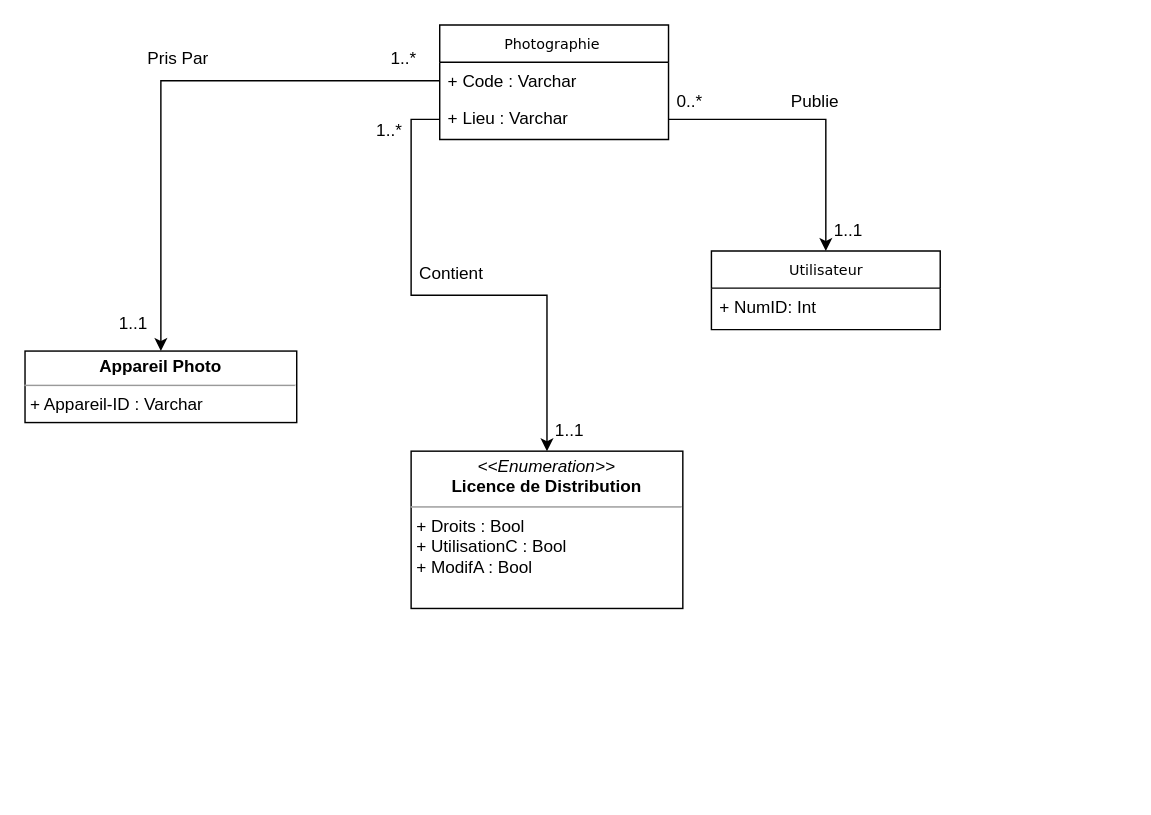
Earlier version of the draw.io diagram Untitled Diagram.drawio (JoshVeydarier/test-). Source tidied: cells renumbered, new cells numbered last; positions are measured from the earlier drawing's top-left corner, leaving out a move shared by most shapes. Both pictures are drawn from the tidied source at 143%, with x=0, y=0 at pixel (24, 24).
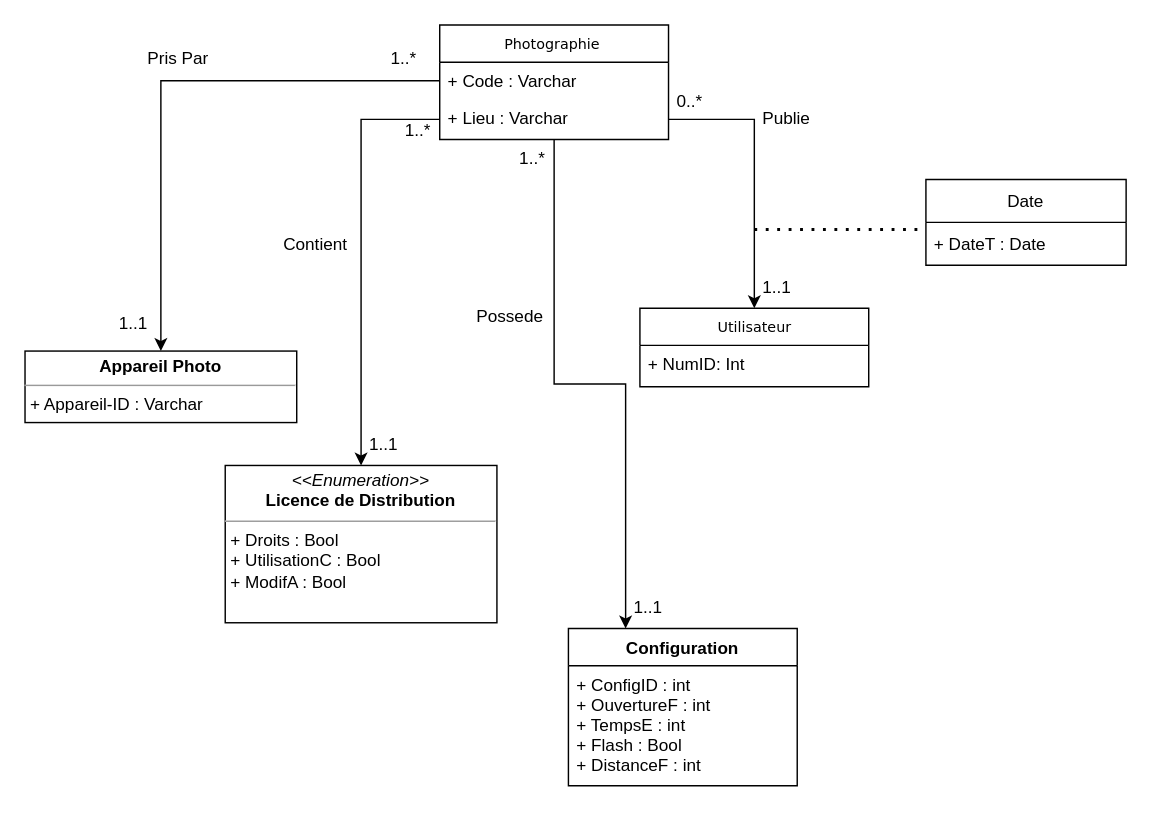
After the change.

The change refers to these unchanged cells:
```xml
<mxCell id="2" value="Photographie&amp;nbsp;" style="swimlane;html=1;fontStyle=0;horizontal=1;startSize=26;fillColor=none;swimlaneFillColor=#ffffff;rounded=0;shadow=0;comic=0;labelBackgroundColor=none;strokeWidth=1;fontFamily=Verdana;fontSize=10;align=center;" parent="1" vertex="1">
  <mxGeometry x="290" width="160" height="80" as="geometry" />
</mxCell>
<mxCell id="4" value="+ Lieu : Varchar" style="text;html=1;strokeColor=none;fillColor=none;align=left;verticalAlign=top;spacingLeft=4;spacingRight=4;whiteSpace=wrap;overflow=hidden;points=[[0,0.5],[1,0.5]];portConstraint=eastwest;" parent="2" vertex="1">
  <mxGeometry y="52" width="160" height="28" as="geometry" />
</mxCell>
```

The edit, as a diff of the source:
```diff
@@
+    <mxCell id="21" style="edgeStyle=orthogonalEdgeStyle;rounded=0;jettySize=auto;html=1;entryX=0.25;entryY=0;entryDx=0;entryDy=0;" parent="1" edge="1" source="2" target="25">
+      <mxGeometry relative="1" as="geometry" />
+    </mxCell>
@@
     <mxCell id="5" value="Utilisateur" style="swimlane;html=1;fontStyle=0;horizontal=1;startSize=26;fillColor=none;swimlaneFillColor=#ffffff;rounded=0;shadow=0;comic=0;labelBackgroundColor=none;strokeWidth=1;fontFamily=Verdana;fontSize=10;align=center;" parent="1" vertex="1">
-      <mxGeometry x="480" y="158" width="160" height="55" as="geometry" />
+      <mxGeometry x="430" y="198" width="160" height="55" as="geometry" />
     </mxCell>
@@
     <mxCell id="7" value="&lt;p style=&quot;margin:0px;margin-top:4px;text-align:center;&quot;&gt;&lt;i&gt;&amp;lt;&amp;lt;Enumeration&amp;gt;&amp;gt;&lt;/i&gt;&lt;br&gt;&lt;b&gt;Licence de Distribution&lt;/b&gt;&lt;/p&gt;&lt;hr size=&quot;1&quot;&gt;&lt;p style=&quot;margin:0px;margin-left:4px;&quot;&gt;+ Droits : Bool&lt;/p&gt;&lt;p style=&quot;margin:0px;margin-left:4px;&quot;&gt;+ UtilisationC : Bool&lt;/p&gt;&lt;p style=&quot;margin:0px;margin-left:4px;&quot;&gt;+ ModifA : Bool&lt;/p&gt;&lt;p style=&quot;margin:0px;margin-left:4px;&quot;&gt;&lt;br&gt;&lt;/p&gt;" style="verticalAlign=top;align=left;overflow=fill;fontSize=12;fontFamily=Helvetica;html=1;rounded=0;shadow=0;comic=0;labelBackgroundColor=none;strokeWidth=1;" parent="1" vertex="1">
-      <mxGeometry x="270" y="298" width="190" height="110" as="geometry" />
+      <mxGeometry x="140" y="308" width="190" height="110" as="geometry" />
     </mxCell>
@@
     <mxCell id="11" style="edgeStyle=orthogonalEdgeStyle;rounded=0;jettySize=auto;html=1;entryX=0.5;entryY=0;entryDx=0;entryDy=0;" parent="1" edge="1" source="4" target="5">
-      <mxGeometry relative="1" as="geometry" />
+      <mxGeometry relative="1" as="geometry">
+        <Array as="points">
+          <mxPoint x="510" y="66" />
+        </Array>
+      </mxGeometry>
     </mxCell>
     <mxCell id="12" value="1..1" style="text;strokeColor=none;fillColor=none;align=left;verticalAlign=middle;spacingLeft=4;spacingRight=4;overflow=hidden;" parent="1" vertex="1">
-      <mxGeometry x="560" y="128" width="60" height="30" as="geometry" />
+      <mxGeometry x="510" y="168" width="60" height="30" as="geometry" />
     </mxCell>
@@
     <mxCell id="16" value="1..*" style="text;strokeColor=none;fillColor=none;align=left;verticalAlign=middle;spacingLeft=4;spacingRight=4;overflow=hidden;" parent="1" vertex="1">
-      <mxGeometry x="240" y="58" width="50" height="30" as="geometry" />
+      <mxGeometry x="260" y="58" width="50" height="30" as="geometry" />
     </mxCell>
     <mxCell id="17" value="1..1" style="text;strokeColor=none;fillColor=none;align=left;verticalAlign=middle;spacingLeft=4;spacingRight=4;overflow=hidden;" parent="1" vertex="1">
-      <mxGeometry x="365" y="268" width="35" height="30" as="geometry" />
+      <mxGeometry x="235" y="278" width="35" height="30" as="geometry" />
     </mxCell>
     <mxCell id="18" value="Contient" style="text;strokeColor=none;fillColor=none;align=left;verticalAlign=middle;spacingLeft=4;spacingRight=4;overflow=hidden;" parent="1" vertex="1">
-      <mxGeometry x="270" y="158" width="60" height="30" as="geometry" />
+      <mxGeometry x="175" y="138" width="60" height="30" as="geometry" />
     </mxCell>
@@
     <mxCell id="20" value="Publie" style="text;strokeColor=none;fillColor=none;align=left;verticalAlign=middle;spacingLeft=4;spacingRight=4;overflow=hidden;" parent="1" vertex="1">
-      <mxGeometry x="530" y="38" width="60" height="30" as="geometry" />
+      <mxGeometry x="510" y="50" width="60" height="30" as="geometry" />
     </mxCell>
+    <mxCell id="22" value="Date" style="swimlane;fontStyle=0;horizontal=1;startSize=30;" parent="1" vertex="1">
+      <mxGeometry x="630" y="108" width="140" height="60" as="geometry" />
+    </mxCell>
+    <mxCell id="23" value="+ DateT : Date" style="text;strokeColor=none;fillColor=none;align=left;verticalAlign=middle;spacingLeft=4;spacingRight=4;overflow=hidden;" parent="22" vertex="1">
+      <mxGeometry y="30" width="140" height="30" as="geometry" />
+    </mxCell>
+    <mxCell id="24" style="endArrow=none;dashed=1;html=1;dashPattern=1 3;strokeWidth=2;rounded=0;entryX=0;entryY=0.5;entryDx=0;entryDy=0;" parent="1" edge="1">
+      <mxGeometry relative="1" as="geometry">
+        <mxPoint x="510" y="143" as="sourcePoint" />
+        <mxPoint x="630" y="143" as="targetPoint" />
+      </mxGeometry>
+    </mxCell>
+    <mxCell id="25" value="Configuration" style="swimlane;fontStyle=1;align=center;verticalAlign=top;horizontal=1;startSize=26;" parent="1" vertex="1">
+      <mxGeometry x="380" y="422" width="160" height="110" as="geometry" />
+    </mxCell>
+    <mxCell id="26" value="+ ConfigID : int&#10;+ OuvertureF : int&#10;+ TempsE : int&#10;+ Flash : Bool&#10;+ DistanceF : int" style="text;strokeColor=none;fillColor=none;align=left;verticalAlign=top;spacingLeft=4;spacingRight=4;overflow=hidden;" parent="25" vertex="1">
+      <mxGeometry y="26" width="160" height="84" as="geometry" />
+    </mxCell>
+    <mxCell id="27" value="1..*" style="text;strokeColor=none;fillColor=none;align=left;verticalAlign=middle;spacingLeft=4;spacingRight=4;overflow=hidden;" parent="1" vertex="1">
+      <mxGeometry x="340" y="78" width="50" height="30" as="geometry" />
+    </mxCell>
+    <mxCell id="28" value="1..1" style="text;strokeColor=none;fillColor=none;align=left;verticalAlign=middle;spacingLeft=4;spacingRight=4;overflow=hidden;" parent="1" vertex="1">
+      <mxGeometry x="420" y="392" width="30" height="30" as="geometry" />
+    </mxCell>
+    <mxCell id="29" value="Possede" style="text;strokeColor=none;fillColor=none;align=left;verticalAlign=middle;spacingLeft=4;spacingRight=4;overflow=hidden;" parent="1" vertex="1">
+      <mxGeometry x="310" y="188" width="60" height="30" as="geometry" />
+    </mxCell>
```
